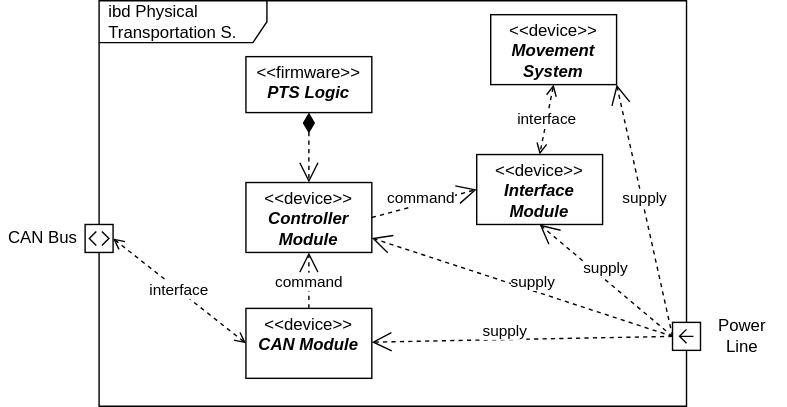
Above: docs/architecture-arc42/ibd_pts.drawio.svg in an-dr/LeOn (draw.io), before the change. Source tidied: cells renumbered, new cells last; positions are measured from the earlier drawing's top-left corner, leaving out a move shared by most shapes. Source of this version:
```xml
<mxGraphModel>
  <root>
    <mxCell id="0" />
    <mxCell id="1" parent="0" />
    <mxCell id="2" value="ibd Physical Transportation S." style="shape=umlFrame;whiteSpace=wrap;html=1;width=120;height=30;boundedLbl=1;verticalAlign=middle;align=left;spacingLeft=5;" parent="1" vertex="1">
      <mxGeometry x="70" width="420" height="290" as="geometry" />
    </mxCell>
    <mxCell id="3" style="html=1;shape=mxgraph.sysml.port;sysMLPortType=flowN;rotation=-90;" parent="1" vertex="1">
      <mxGeometry x="480" y="230" width="20" height="20" as="geometry" />
    </mxCell>
    <mxCell id="4" value="Power Line" style="text;strokeColor=none;align=center;fillColor=none;html=1;verticalAlign=middle;whiteSpace=wrap;rounded=0;" parent="1" vertex="1">
      <mxGeometry x="500" y="225" width="60" height="30" as="geometry" />
    </mxCell>
    <mxCell id="5" style="html=1;shape=mxgraph.sysml.port;sysMLPortType=doubleH;" parent="1" vertex="1">
      <mxGeometry x="60" y="160" width="20" height="20" as="geometry" />
    </mxCell>
    <mxCell id="6" value="CAN Bus" style="text;strokeColor=none;align=center;fillColor=none;html=1;verticalAlign=middle;whiteSpace=wrap;rounded=0;" parent="1" vertex="1">
      <mxGeometry y="155" width="60" height="30" as="geometry" />
    </mxCell>
    <mxCell id="7" value="&lt;p style=&quot;margin:5px;&quot;&gt;&amp;lt;&amp;lt;device&amp;gt;&amp;gt;&lt;br&gt;&lt;b&gt;&lt;i&gt;Controller Module&lt;/i&gt;&lt;/b&gt;&lt;/p&gt;" style="shape=rect;html=1;overflow=fill;whiteSpace=wrap;align=center;" parent="1" vertex="1">
      <mxGeometry x="175" y="130" width="90" height="50" as="geometry" />
    </mxCell>
    <mxCell id="8" value="supply" style="edgeStyle=none;html=1;endArrow=open;endSize=12;dashed=1;verticalAlign=bottom;exitX=0.5;exitY=0;exitDx=0;exitDy=0;exitPerimeter=0;" parent="1" edge="1" source="3" target="7">
      <mxGeometry x="-0.08" y="3" relative="1" as="geometry" />
    </mxCell>
    <mxCell id="9" value="&lt;p style=&quot;margin:5px;&quot;&gt;&amp;lt;&amp;lt;device&amp;gt;&amp;gt;&lt;br&gt;&lt;b&gt;&lt;i&gt;CAN Module&lt;/i&gt;&lt;/b&gt;&lt;/p&gt;" style="shape=rect;html=1;overflow=fill;whiteSpace=wrap;align=center;" parent="1" vertex="1">
      <mxGeometry x="175" y="220" width="90" height="50" as="geometry" />
    </mxCell>
    <mxCell id="10" value="supply" style="edgeStyle=none;html=1;endArrow=open;endSize=12;dashed=1;verticalAlign=bottom;exitX=0.5;exitY=0;exitDx=0;exitDy=0;exitPerimeter=0;" parent="1" edge="1" source="3" target="9">
      <mxGeometry x="0.12" y="3" relative="1" as="geometry" />
    </mxCell>
    <mxCell id="11" value="command" style="edgeStyle=none;html=1;endArrow=open;endSize=12;dashed=1;verticalAlign=bottom;exitX=0.5;exitY=0;exitDx=0;exitDy=0;" parent="1" edge="1" source="9" target="7">
      <mxGeometry x="-0.5" relative="1" as="geometry" />
    </mxCell>
    <mxCell id="12" value="interface" style="endArrow=open;startArrow=open;html=1;sourcePerimeterSpacing=6;targetPerimeterSpacing=0;startFill=0;endFill=0;dashed=1;exitX=0;exitY=0.5;exitDx=0;exitDy=0;entryX=1;entryY=0.5;entryDx=0;entryDy=0;entryPerimeter=0;" parent="1" edge="1" source="9" target="5">
      <mxGeometry relative="1" as="geometry" />
    </mxCell>
    <mxCell id="13" value="&lt;p style=&quot;margin:5px;&quot;&gt;&amp;lt;&amp;lt;firmware&amp;gt;&amp;gt;&lt;br&gt;&lt;b&gt;&lt;i&gt;PTS Logic&lt;/i&gt;&lt;/b&gt;&lt;/p&gt;" style="shape=rect;html=1;overflow=fill;whiteSpace=wrap;align=center;" parent="1" vertex="1">
      <mxGeometry x="175" y="40" width="90" height="40" as="geometry" />
    </mxCell>
    <mxCell id="14" style="verticalAlign=bottom;html=1;endArrow=open;endSize=12;edgeStyle=orthogonalEdgeStyle;startFill=1;startSize=12;startArrow=diamondThin;dashed=1;sourcePerimeterSpacing=6;targetPerimeterSpacing=0;exitX=0.5;exitY=1;exitDx=0;exitDy=0;" parent="1" edge="1" source="13" target="7">
      <mxGeometry relative="1" as="geometry" />
    </mxCell>
    <mxCell id="15" style="html=1;align=right;verticalAlign=bottom;labelBackgroundColor=none;fontSize=10;" parent="14" vertex="1">
      <mxGeometry x="0.9" relative="1" as="geometry">
        <mxPoint x="-10" as="offset" />
      </mxGeometry>
    </mxCell>
    <mxCell id="16" value="&lt;p style=&quot;margin:5px;&quot;&gt;&amp;lt;&amp;lt;device&amp;gt;&amp;gt;&lt;br&gt;&lt;b&gt;&lt;i&gt;Movement System&lt;/i&gt;&lt;/b&gt;&lt;/p&gt;" style="shape=rect;html=1;overflow=fill;whiteSpace=wrap;align=center;" parent="1" vertex="1">
      <mxGeometry x="350" y="10" width="90" height="50" as="geometry" />
    </mxCell>
    <mxCell id="17" value="&lt;p style=&quot;margin:5px;&quot;&gt;&amp;lt;&amp;lt;device&amp;gt;&amp;gt;&lt;br&gt;&lt;b&gt;&lt;i&gt;Interface Module&lt;/i&gt;&lt;/b&gt;&lt;/p&gt;" style="shape=rect;html=1;overflow=fill;whiteSpace=wrap;align=center;" parent="1" vertex="1">
      <mxGeometry x="340" y="110" width="90" height="50" as="geometry" />
    </mxCell>
    <mxCell id="18" value="command" style="edgeStyle=none;html=1;endArrow=open;endSize=12;dashed=1;verticalAlign=bottom;exitX=1;exitY=0.5;exitDx=0;exitDy=0;entryX=0;entryY=0.5;entryDx=0;entryDy=0;" parent="1" edge="1" source="7" target="17">
      <mxGeometry x="-0.1" y="-4" relative="1" as="geometry" />
    </mxCell>
    <mxCell id="19" value="interface" style="endArrow=open;startArrow=open;html=1;sourcePerimeterSpacing=6;targetPerimeterSpacing=0;startFill=0;endFill=0;dashed=1;exitX=0.5;exitY=1;exitDx=0;exitDy=0;entryX=0.5;entryY=0;entryDx=0;entryDy=0;" parent="1" edge="1" source="16" target="17">
      <mxGeometry relative="1" as="geometry" />
    </mxCell>
    <mxCell id="20" value="supply" style="edgeStyle=none;html=1;endArrow=open;endSize=12;dashed=1;verticalAlign=bottom;exitX=0.5;exitY=0;exitDx=0;exitDy=0;exitPerimeter=0;entryX=0.5;entryY=1;entryDx=0;entryDy=0;" parent="1" edge="1" source="3" target="17">
      <mxGeometry relative="1" as="geometry" />
    </mxCell>
    <mxCell id="21" value="supply" style="edgeStyle=none;html=1;endArrow=open;endSize=12;dashed=1;verticalAlign=bottom;entryX=1;entryY=1;entryDx=0;entryDy=0;" parent="1" edge="1" target="16">
      <mxGeometry relative="1" as="geometry">
        <mxPoint x="480" y="240" as="sourcePoint" />
      </mxGeometry>
    </mxCell>
  </root>
</mxGraphModel>
```
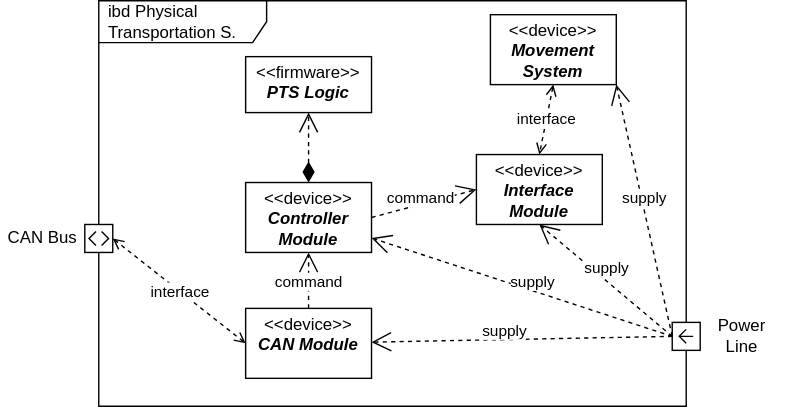
Above is the later version.

Diff of the diagram source:
```diff
@@ -38,7 +38,7 @@
     <mxCell id="13" value="&lt;p style=&quot;margin:5px;&quot;&gt;&amp;lt;&amp;lt;firmware&amp;gt;&amp;gt;&lt;br&gt;&lt;b&gt;&lt;i&gt;PTS Logic&lt;/i&gt;&lt;/b&gt;&lt;/p&gt;" style="shape=rect;html=1;overflow=fill;whiteSpace=wrap;align=center;" parent="1" vertex="1">
       <mxGeometry x="175" y="40" width="90" height="40" as="geometry" />
     </mxCell>
-    <mxCell id="14" style="verticalAlign=bottom;html=1;endArrow=open;endSize=12;edgeStyle=orthogonalEdgeStyle;startFill=1;startSize=12;startArrow=diamondThin;dashed=1;sourcePerimeterSpacing=6;targetPerimeterSpacing=0;exitX=0.5;exitY=1;exitDx=0;exitDy=0;" parent="1" edge="1" source="13" target="7">
+    <mxCell id="14" style="verticalAlign=bottom;html=1;endArrow=open;endSize=12;edgeStyle=orthogonalEdgeStyle;startFill=1;startSize=12;startArrow=diamondThin;dashed=1;sourcePerimeterSpacing=6;targetPerimeterSpacing=0;exitX=0.5;exitY=0;exitDx=0;exitDy=0;" parent="1" edge="1" source="7" target="13">
       <mxGeometry relative="1" as="geometry" />
     </mxCell>
     <mxCell id="15" style="html=1;align=right;verticalAlign=bottom;labelBackgroundColor=none;fontSize=10;" parent="14" vertex="1">
```
